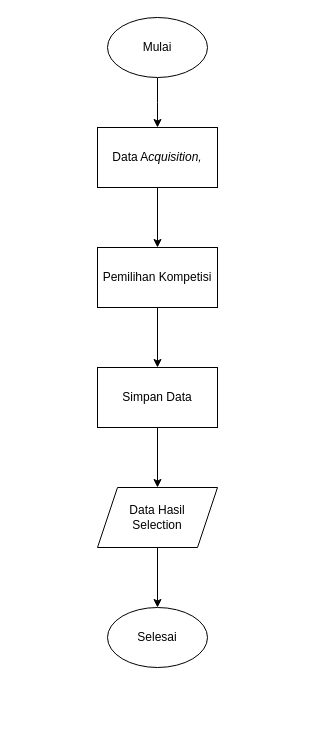
Earlier version of the draw.io diagram diagrams/flowchart selection.drawio (fadhilra101/skripsi). Source tidied: cells renumbered, new cells numbered last; positions are measured from the earlier drawing's top-left corner, leaving out a move shared by most shapes. Both pictures are drawn from the tidied source at 100%, with x=0, y=0 at pixel (97, 17).
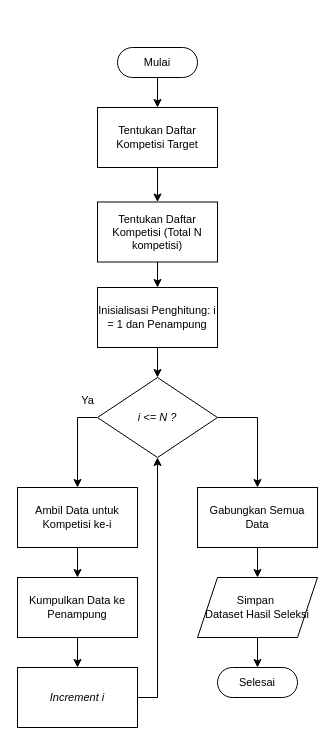
After the change.

Change to the diagram source:
```diff
@@
-    <mxCell id="2" style="edgeStyle=orthogonalEdgeStyle;rounded=0;jettySize=auto;html=1;" parent="1" edge="1" source="3">
-      <mxGeometry relative="1" as="geometry">
-        <mxPoint x="60" y="110" as="targetPoint" />
-      </mxGeometry>
-    </mxCell>
-    <mxCell id="3" value="Mulai" style="ellipse;whiteSpace=wrap;html=1;" parent="1" vertex="1">
-      <mxGeometry x="10" width="100" height="60" as="geometry" />
-    </mxCell>
-    <mxCell id="4" style="edgeStyle=orthogonalEdgeStyle;rounded=0;jettySize=auto;html=1;" parent="1" edge="1" source="5" target="7">
+    <mxCell id="4" style="edgeStyle=orthogonalEdgeStyle;rounded=0;jettySize=auto;html=1;fontSize=11;" parent="1" edge="1" source="5" target="7">
       <mxGeometry relative="1" as="geometry" />
     </mxCell>
-    <mxCell id="5" value="Data A&lt;i&gt;cquisition,&lt;/i&gt;" style="rounded=0;whiteSpace=wrap;html=1;" parent="1" vertex="1">
-      <mxGeometry y="110" width="120" height="60" as="geometry" />
+    <mxCell id="5" value="Tentukan Daftar Kompetisi Target" style="rounded=0;whiteSpace=wrap;html=1;fontSize=11;" parent="1" vertex="1">
+      <mxGeometry y="90" width="120" height="60" as="geometry" />
     </mxCell>
-    <mxCell id="6" style="edgeStyle=orthogonalEdgeStyle;rounded=0;jettySize=auto;html=1;" parent="1" edge="1" source="7" target="9">
-      <mxGeometry relative="1" as="geometry" />
-    </mxCell>
+    <mxCell id="13" style="edgeStyle=orthogonalEdgeStyle;rounded=0;jettySize=auto;html=1;fontSize=11;" parent="1" edge="1" source="7" target="16">
+      <mxGeometry relative="1" as="geometry" />
+    </mxCell>
-    <mxCell id="7" value="Pemilihan Kompetisi" style="rounded=0;whiteSpace=wrap;html=1;" parent="1" vertex="1">
-      <mxGeometry y="230" width="120" height="60" as="geometry" />
+    <mxCell id="7" value="Tentukan Daftar Kompetisi (Total N kompetisi)" style="rounded=0;whiteSpace=wrap;html=1;fontSize=11;" parent="1" vertex="1">
+      <mxGeometry y="184.5" width="120" height="60" as="geometry" />
     </mxCell>
-    <mxCell id="8" style="edgeStyle=orthogonalEdgeStyle;rounded=0;jettySize=auto;html=1;entryX=0.5;entryY=0;entryDx=0;entryDy=0;" parent="1" edge="1" source="9" target="11">
-      <mxGeometry relative="1" as="geometry" />
-    </mxCell>
-    <mxCell id="9" value="Simpan Data" style="rounded=0;whiteSpace=wrap;html=1;" parent="1" vertex="1">
-      <mxGeometry y="350" width="120" height="60" as="geometry" />
-    </mxCell>
-    <mxCell id="10" style="edgeStyle=orthogonalEdgeStyle;rounded=0;jettySize=auto;html=1;entryX=0.5;entryY=0;entryDx=0;entryDy=0;" parent="1" edge="1" source="11" target="12">
-      <mxGeometry relative="1" as="geometry" />
-    </mxCell>
-    <mxCell id="11" value="Data Hasil&lt;div&gt;Selection&lt;/div&gt;" style="shape=parallelogram;perimeter=parallelogramPerimeter;whiteSpace=wrap;html=1;fixedSize=1;" parent="1" vertex="1">
-      <mxGeometry y="470" width="120" height="60" as="geometry" />
-    </mxCell>
+    <mxCell id="14" style="edgeStyle=orthogonalEdgeStyle;rounded=0;jettySize=auto;html=1;fontSize=11;" parent="1" edge="1" source="3" target="5">
+      <mxGeometry relative="1" as="geometry" />
+    </mxCell>
+    <mxCell id="3" value="Mulai" style="html=1;dashed=0;whiteSpace=wrap;shape=mxgraph.dfd.start;fontSize=11;" parent="1" vertex="1">
+      <mxGeometry x="20" y="30" width="80" height="30" as="geometry" />
+    </mxCell>
+    <mxCell id="15" style="edgeStyle=orthogonalEdgeStyle;rounded=0;jettySize=auto;html=1;fontSize=11;" parent="1" edge="1" source="16" target="19">
+      <mxGeometry relative="1" as="geometry" />
+    </mxCell>
+    <mxCell id="16" value="Inisialisasi Penghitung: i = 1 dan Penampung" style="rounded=0;whiteSpace=wrap;html=1;fontSize=11;" parent="1" vertex="1">
+      <mxGeometry y="270" width="120" height="60" as="geometry" />
+    </mxCell>
+    <mxCell id="17" style="edgeStyle=orthogonalEdgeStyle;rounded=0;jettySize=auto;html=1;entryX=0.5;entryY=0;entryDx=0;entryDy=0;fontSize=11;" parent="1" edge="1" source="19" target="21">
+      <mxGeometry relative="1" as="geometry">
+        <Array as="points">
+          <mxPoint x="-20" y="400" />
+        </Array>
+      </mxGeometry>
+    </mxCell>
+    <mxCell id="18" style="edgeStyle=orthogonalEdgeStyle;rounded=0;jettySize=auto;html=1;entryX=0.5;entryY=0;entryDx=0;entryDy=0;fontSize=11;" parent="1" edge="1" source="19" target="28">
+      <mxGeometry relative="1" as="geometry">
+        <Array as="points">
+          <mxPoint x="160" y="400" />
+        </Array>
+      </mxGeometry>
+    </mxCell>
+    <mxCell id="19" value="&lt;i&gt;i &amp;lt;= N ?&lt;/i&gt;" style="rhombus;whiteSpace=wrap;html=1;fontSize=11;" parent="1" vertex="1">
+      <mxGeometry y="360" width="120" height="80" as="geometry" />
+    </mxCell>
+    <mxCell id="20" style="edgeStyle=orthogonalEdgeStyle;rounded=0;jettySize=auto;html=1;fontSize=11;" parent="1" edge="1" source="21" target="23">
+      <mxGeometry relative="1" as="geometry" />
+    </mxCell>
+    <mxCell id="21" value="Ambil Data untuk Kompetisi ke-i" style="rounded=0;whiteSpace=wrap;html=1;fontSize=11;" parent="1" vertex="1">
+      <mxGeometry x="-80" y="470" width="120" height="60" as="geometry" />
+    </mxCell>
+    <mxCell id="22" style="edgeStyle=orthogonalEdgeStyle;rounded=0;jettySize=auto;html=1;fontSize=11;" parent="1" edge="1" source="23" target="25">
+      <mxGeometry relative="1" as="geometry" />
+    </mxCell>
+    <mxCell id="23" value="Kumpulkan Data ke Penampung" style="rounded=0;whiteSpace=wrap;html=1;fontSize=11;" parent="1" vertex="1">
+      <mxGeometry x="-80" y="560" width="120" height="60" as="geometry" />
+    </mxCell>
+    <mxCell id="24" style="edgeStyle=orthogonalEdgeStyle;rounded=0;jettySize=auto;html=1;entryX=0.5;entryY=1;entryDx=0;entryDy=0;fontSize=11;" parent="1" edge="1" source="25" target="19">
+      <mxGeometry relative="1" as="geometry">
+        <Array as="points">
+          <mxPoint x="60" y="680" />
+        </Array>
+      </mxGeometry>
+    </mxCell>
+    <mxCell id="25" value="&lt;i&gt;Increment i&lt;/i&gt;" style="rounded=0;whiteSpace=wrap;html=1;fontSize=11;" parent="1" vertex="1">
+      <mxGeometry x="-80" y="650" width="120" height="60" as="geometry" />
+    </mxCell>
+    <mxCell id="26" value="Ya" style="text;html=1;align=center;verticalAlign=middle;strokeColor=none;fillColor=none;fontSize=11;" parent="1" vertex="1">
+      <mxGeometry x="-30" y="368" width="40" height="30" as="geometry" />
+    </mxCell>
+    <mxCell id="27" style="edgeStyle=orthogonalEdgeStyle;rounded=0;jettySize=auto;html=1;" parent="1" edge="1" source="28" target="30">
+      <mxGeometry relative="1" as="geometry" />
+    </mxCell>
+    <mxCell id="28" value="Gabungkan Semua Data" style="rounded=0;whiteSpace=wrap;html=1;fontSize=11;" parent="1" vertex="1">
+      <mxGeometry x="100" y="470" width="120" height="60" as="geometry" />
+    </mxCell>
+    <mxCell id="29" style="edgeStyle=orthogonalEdgeStyle;rounded=0;jettySize=auto;html=1;" parent="1" edge="1" source="30" target="12">
+      <mxGeometry relative="1" as="geometry" />
+    </mxCell>
+    <mxCell id="30" value="Simpan&amp;nbsp;&lt;div&gt;Dataset Hasil Seleksi&lt;/div&gt;" style="shape=parallelogram;perimeter=parallelogramPerimeter;whiteSpace=wrap;html=1;fixedSize=1;fontSize=11;" parent="1" vertex="1">
+      <mxGeometry x="100" y="560" width="120" height="60" as="geometry" />
+    </mxCell>
-    <mxCell id="12" value="Selesai" style="ellipse;whiteSpace=wrap;html=1;" parent="1" vertex="1">
-      <mxGeometry x="10" y="590" width="100" height="60" as="geometry" />
+    <mxCell id="12" value="Selesai" style="html=1;dashed=0;whiteSpace=wrap;shape=mxgraph.dfd.start;fontSize=11;" parent="1" vertex="1">
+      <mxGeometry x="120" y="650" width="80" height="30" as="geometry" />
     </mxCell>
```
